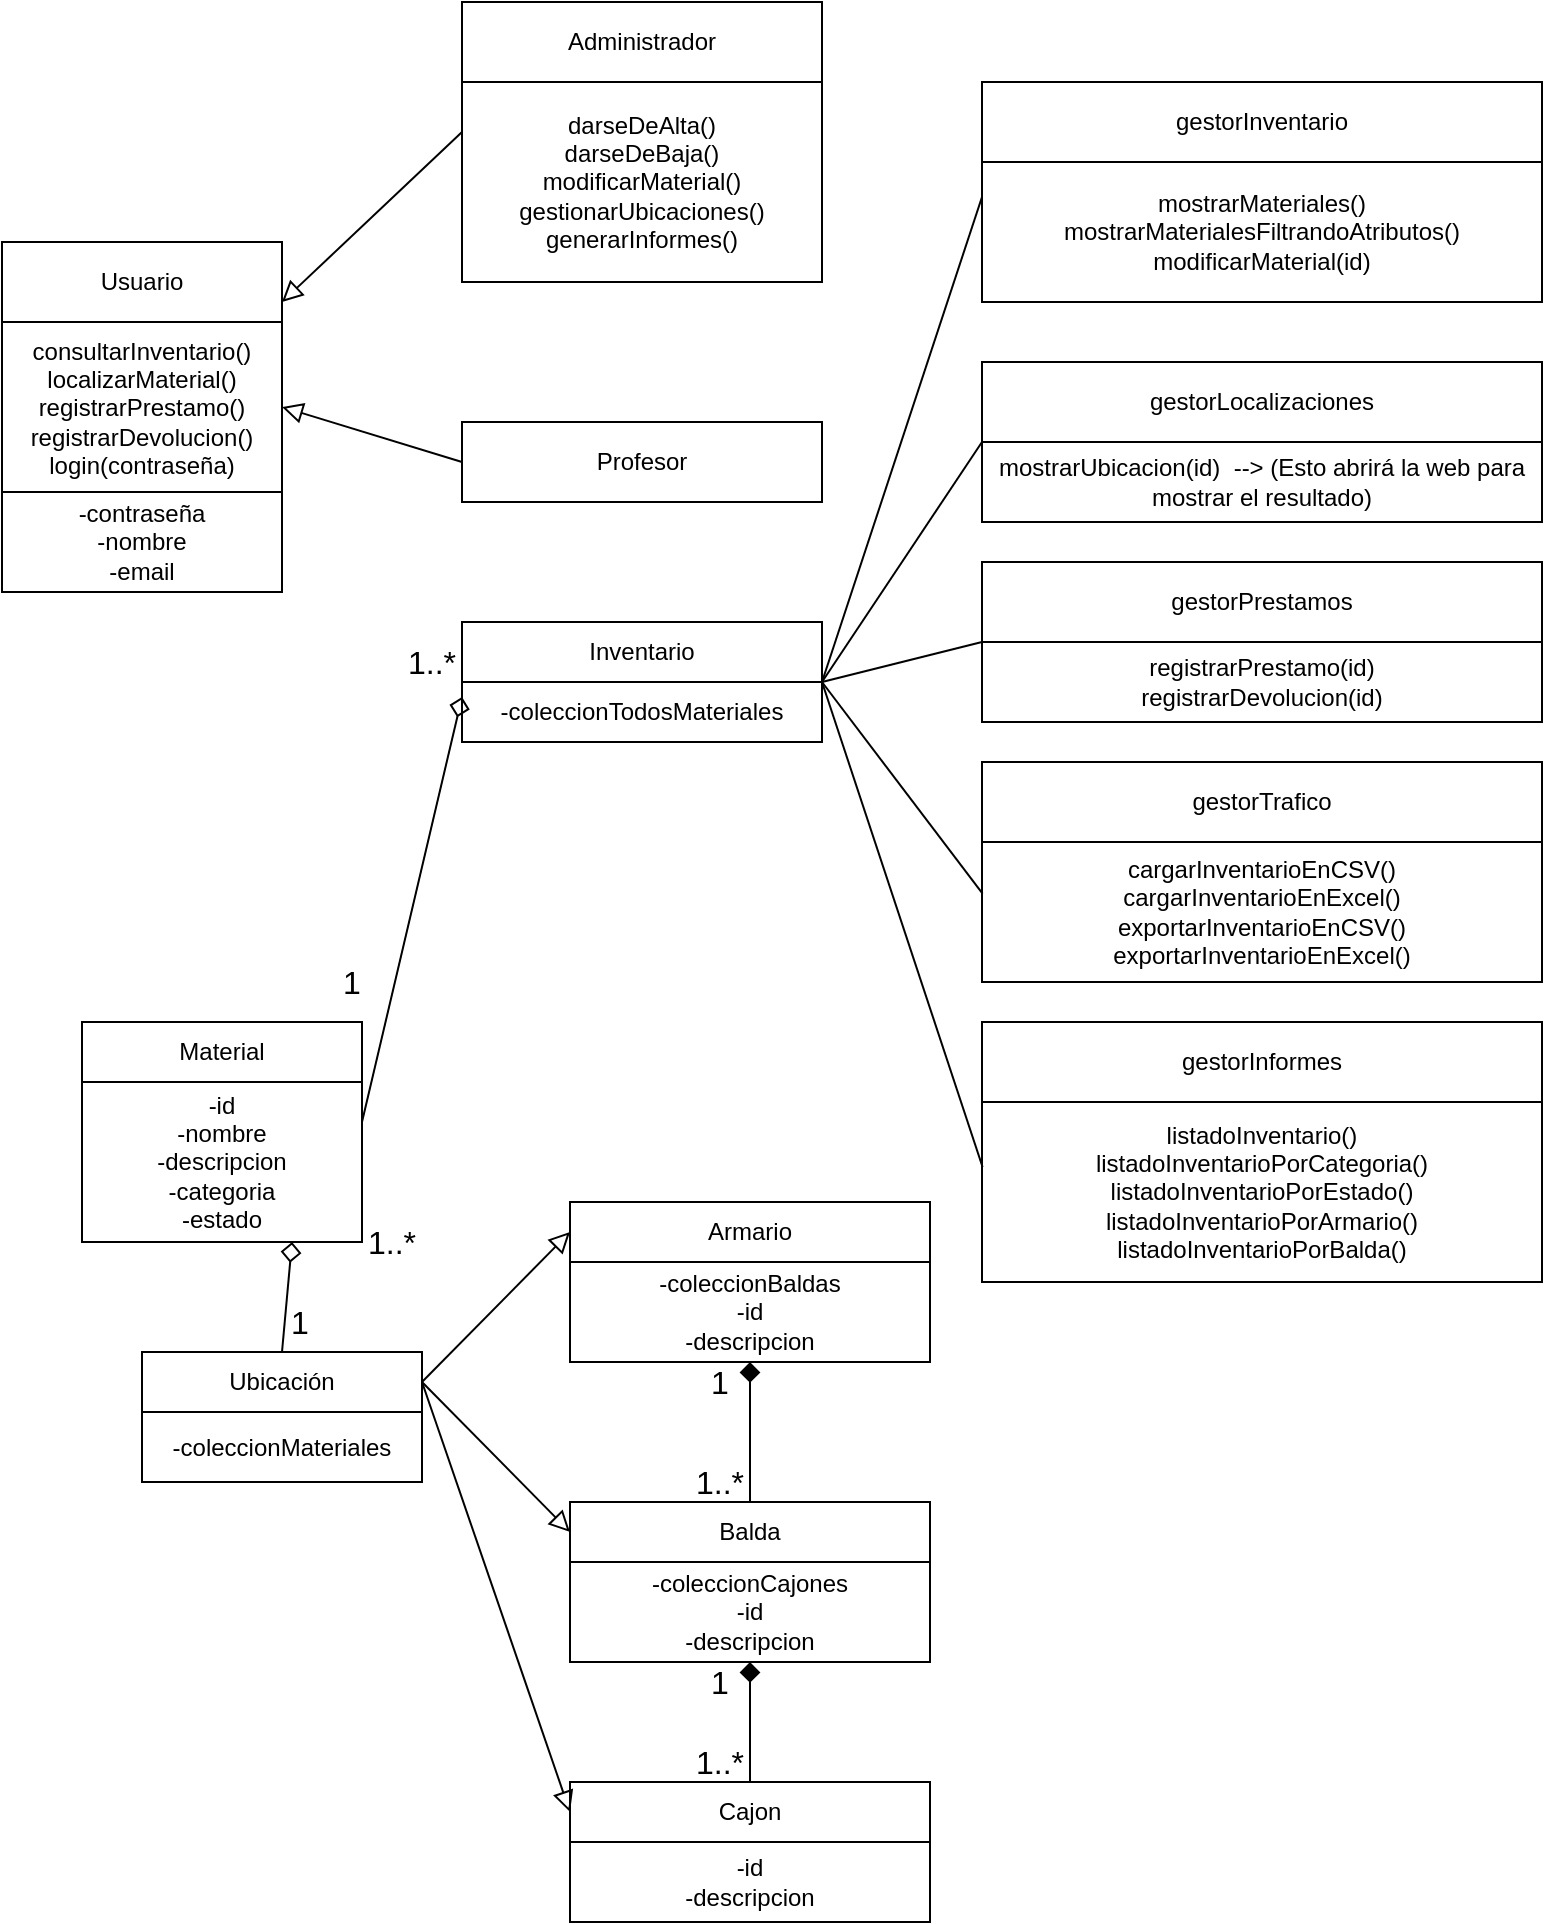
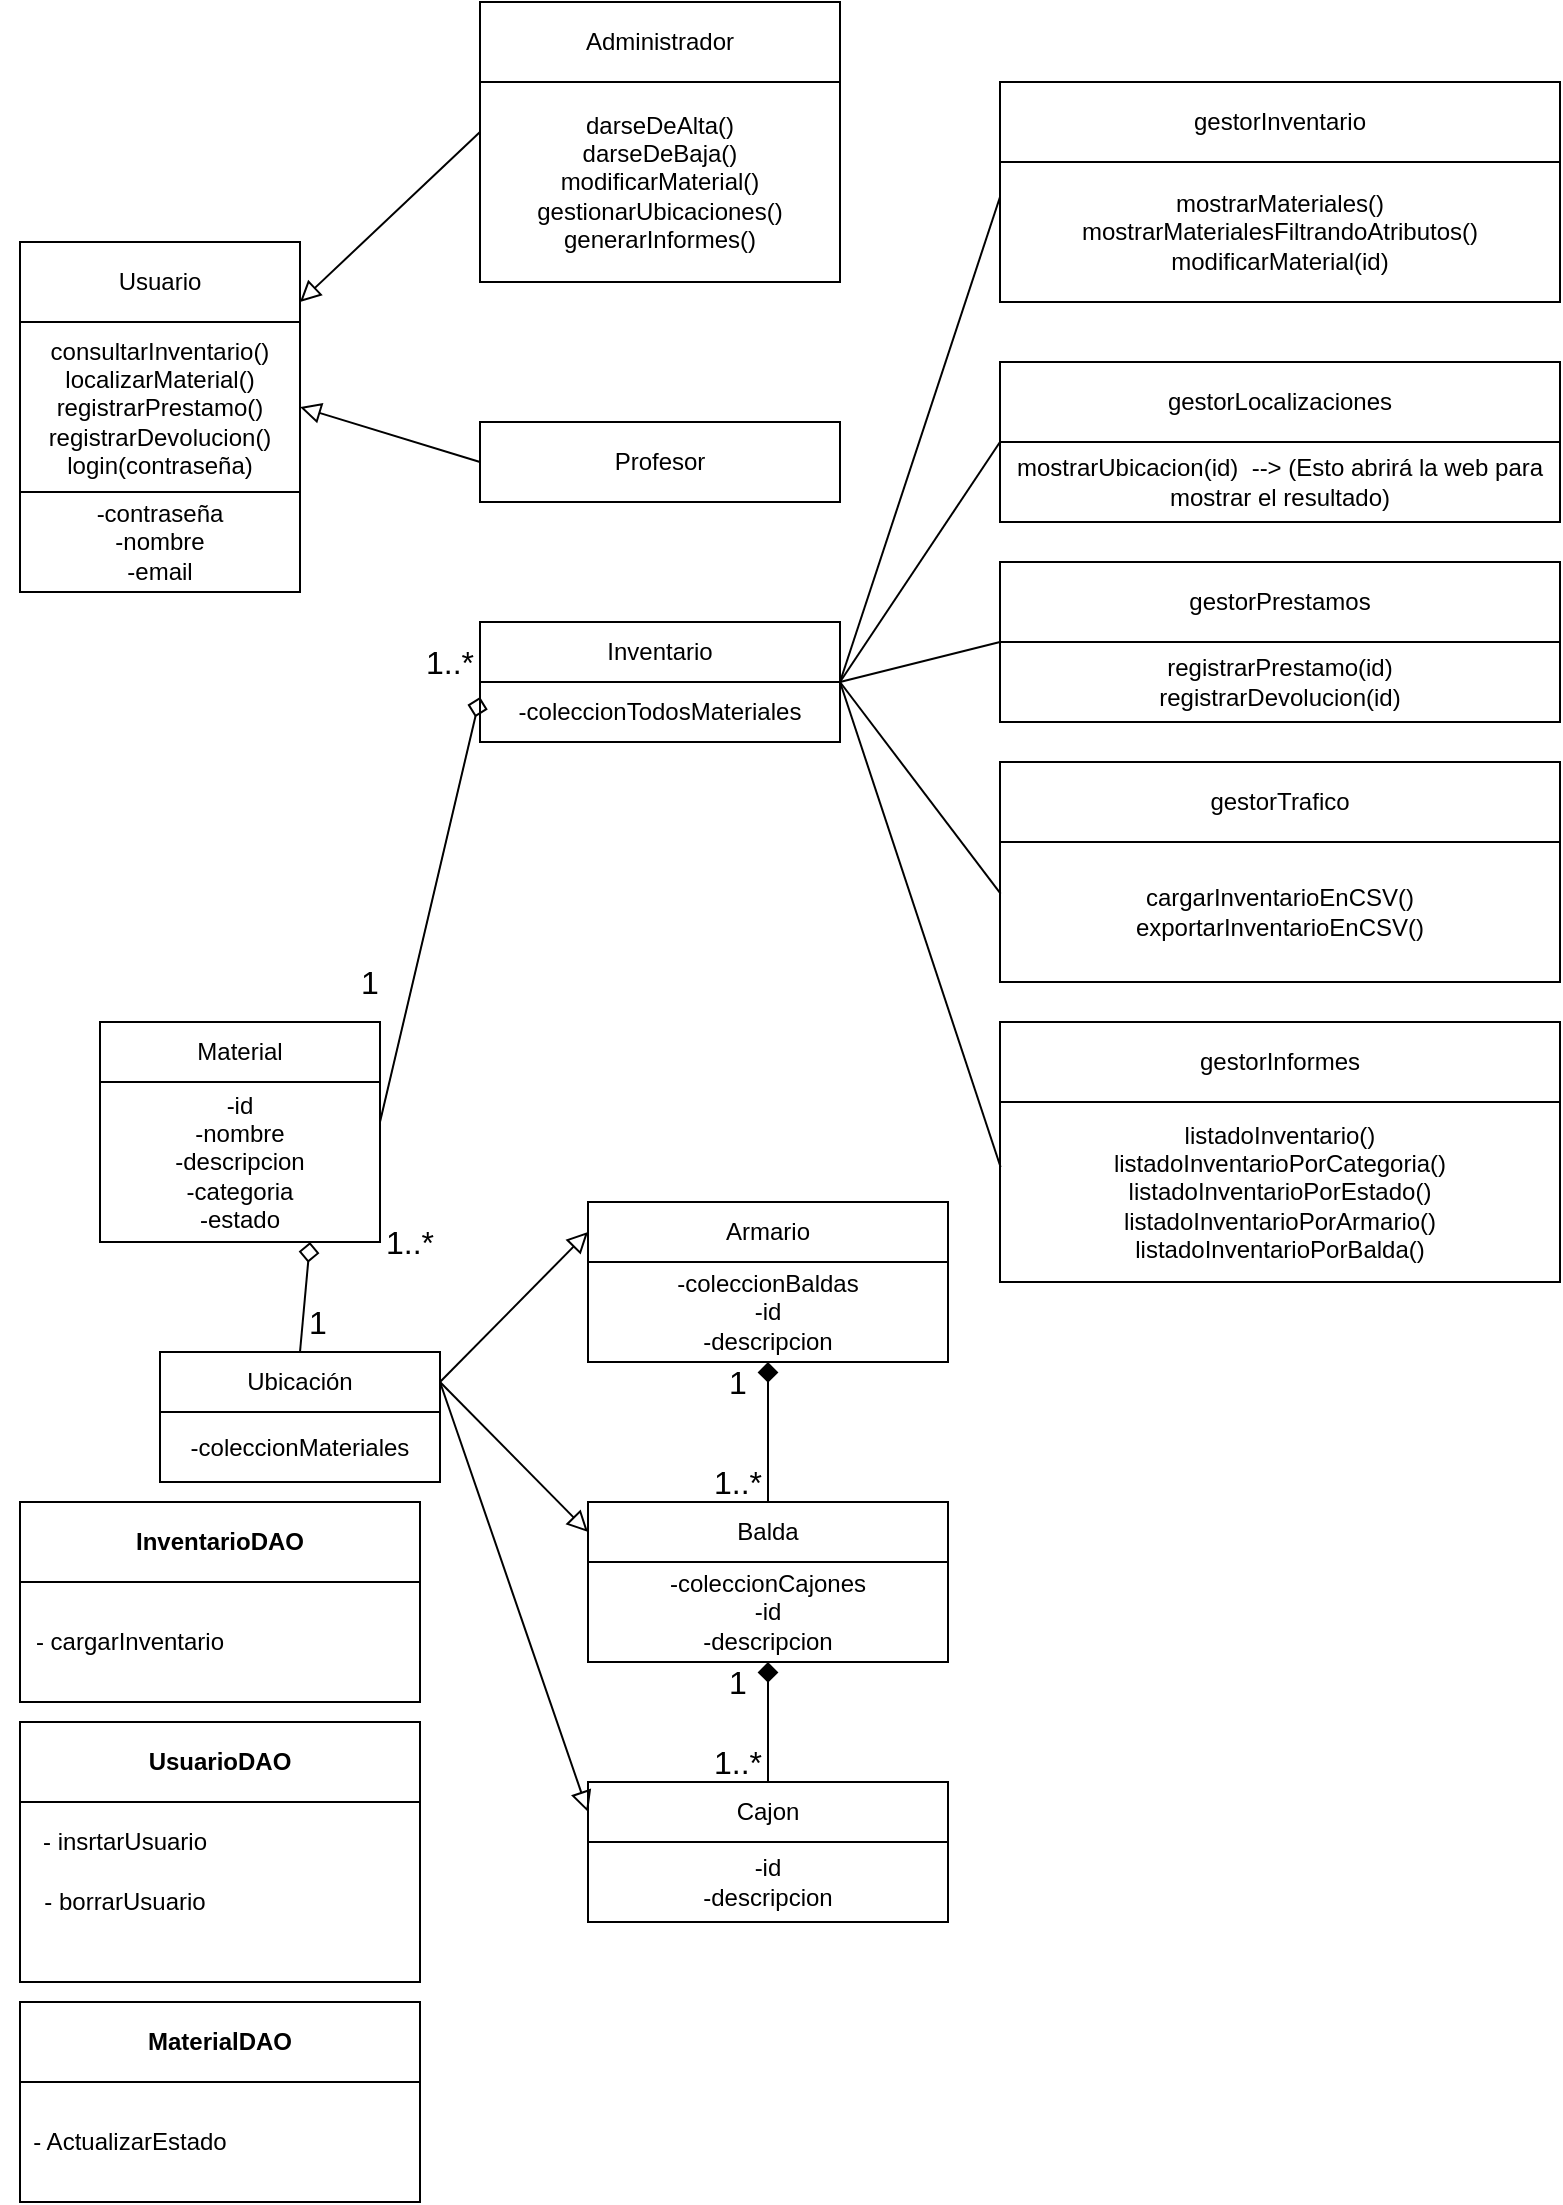
<mxfile host="Electron" agent="Mozilla/5.0 (Windows NT 10.0; Win64; x64) AppleWebKit/537.36 (KHTML, like Gecko) draw.io/27.0.9 Chrome/134.0.6998.205 Electron/35.4.0 Safari/537.36" version="27.0.9">
  <diagram name="Página-1" id="1lU-RFDTKatBkhOAw4EQ">
-     <mxGraphModel dx="690" dy="593" grid="1" gridSize="10" guides="1" tooltips="1" connect="1" arrows="1" fold="1" page="1" pageScale="1" pageWidth="827" pageHeight="1169" math="0" shadow="0">
+     <mxGraphModel dx="2037" dy="1201" grid="1" gridSize="10" guides="1" tooltips="1" connect="1" arrows="1" fold="1" page="1" pageScale="1" pageWidth="827" pageHeight="1169" math="0" shadow="0">
      <root>
        <mxCell id="0" />
        <mxCell id="1" parent="0" />
        <mxCell id="s6nMU6zNajGxAzw1n2ax-5" value="Usuario" style="whiteSpace=wrap;html=1;align=center;" parent="1" vertex="1">
          <mxGeometry x="20" y="130" width="140" height="40" as="geometry" />
        </mxCell>
        <mxCell id="s6nMU6zNajGxAzw1n2ax-6" value="Administrador" style="whiteSpace=wrap;html=1;align=center;" parent="1" vertex="1">
          <mxGeometry x="250" y="10" width="180" height="40" as="geometry" />
        </mxCell>
        <mxCell id="s6nMU6zNajGxAzw1n2ax-7" value="Profesor" style="whiteSpace=wrap;html=1;align=center;" parent="1" vertex="1">
          <mxGeometry x="250" y="220" width="180" height="40" as="geometry" />
        </mxCell>
        <mxCell id="JOS0TCFTe_RgCQphJ4m8-1" value="darseDeAlta()&lt;br&gt;darseDeBaja()&lt;br&gt;modificarMaterial()&lt;div&gt;gestionarUbicaciones()&lt;br&gt;generarInformes()&lt;/div&gt;" style="whiteSpace=wrap;html=1;align=center;" parent="1" vertex="1">
          <mxGeometry x="250" y="50" width="180" height="100" as="geometry" />
        </mxCell>
        <mxCell id="JOS0TCFTe_RgCQphJ4m8-4" value="Material" style="whiteSpace=wrap;html=1;align=center;" parent="1" vertex="1">
          <mxGeometry x="60" y="520" width="140" height="30" as="geometry" />
        </mxCell>
        <mxCell id="JOS0TCFTe_RgCQphJ4m8-5" value="-id&lt;br&gt;-nombre&lt;div&gt;-descripcion&lt;/div&gt;&lt;div&gt;-categoria&lt;/div&gt;&lt;div&gt;-estado&lt;/div&gt;" style="whiteSpace=wrap;html=1;align=center;" parent="1" vertex="1">
          <mxGeometry x="60" y="550" width="140" height="80" as="geometry" />
        </mxCell>
        <mxCell id="JOS0TCFTe_RgCQphJ4m8-6" value="Ubicación" style="whiteSpace=wrap;html=1;align=center;" parent="1" vertex="1">
          <mxGeometry x="90" y="685" width="140" height="30" as="geometry" />
        </mxCell>
        <mxCell id="JOS0TCFTe_RgCQphJ4m8-13" value="gestorInventario" style="whiteSpace=wrap;html=1;align=center;" parent="1" vertex="1">
          <mxGeometry x="510" y="50" width="280" height="40" as="geometry" />
        </mxCell>
        <mxCell id="JOS0TCFTe_RgCQphJ4m8-14" value="mostrarMateriales()&lt;br&gt;mostrarMaterialesFiltrandoAtributos()&lt;br&gt;modificarMaterial(id)" style="whiteSpace=wrap;html=1;align=center;" parent="1" vertex="1">
          <mxGeometry x="510" y="90" width="280" height="70" as="geometry" />
        </mxCell>
        <mxCell id="JOS0TCFTe_RgCQphJ4m8-16" value="gestorLocalizaciones" style="whiteSpace=wrap;html=1;align=center;" parent="1" vertex="1">
          <mxGeometry x="510" y="190" width="280" height="40" as="geometry" />
        </mxCell>
        <mxCell id="JOS0TCFTe_RgCQphJ4m8-17" value="mostrarUbicacion(id)&amp;nbsp; --&amp;gt; (Esto abrirá la web para mostrar el resultado)" style="whiteSpace=wrap;html=1;align=center;" parent="1" vertex="1">
          <mxGeometry x="510" y="230" width="280" height="40" as="geometry" />
        </mxCell>
        <mxCell id="JOS0TCFTe_RgCQphJ4m8-18" value="gestorPrestamos" style="whiteSpace=wrap;html=1;align=center;" parent="1" vertex="1">
          <mxGeometry x="510" y="290" width="280" height="40" as="geometry" />
        </mxCell>
        <mxCell id="JOS0TCFTe_RgCQphJ4m8-19" value="registrarPrestamo(id)&lt;div&gt;registrarDevolucion(id)&lt;/div&gt;" style="whiteSpace=wrap;html=1;align=center;" parent="1" vertex="1">
          <mxGeometry x="510" y="330" width="280" height="40" as="geometry" />
        </mxCell>
        <mxCell id="JOS0TCFTe_RgCQphJ4m8-21" value="gestorTrafico" style="whiteSpace=wrap;html=1;align=center;" parent="1" vertex="1">
          <mxGeometry x="510" y="390" width="280" height="40" as="geometry" />
        </mxCell>
-         <mxCell id="JOS0TCFTe_RgCQphJ4m8-22" value="cargarInventarioEnCSV()&lt;br&gt;cargarInventarioEnExcel()&lt;br&gt;exportarInventarioEnCSV()&lt;div&gt;exportarInventarioEnExcel()&lt;/div&gt;" style="whiteSpace=wrap;html=1;align=center;" parent="1" vertex="1">
+         <mxCell id="JOS0TCFTe_RgCQphJ4m8-22" value="cargarInventarioEnCSV()&lt;br&gt;exportarInventarioEnCSV()" style="whiteSpace=wrap;html=1;align=center;" parent="1" vertex="1">
          <mxGeometry x="510" y="430" width="280" height="70" as="geometry" />
        </mxCell>
        <mxCell id="JOS0TCFTe_RgCQphJ4m8-24" value="gestorInformes" style="whiteSpace=wrap;html=1;align=center;" parent="1" vertex="1">
          <mxGeometry x="510" y="520" width="280" height="40" as="geometry" />
        </mxCell>
        <mxCell id="JOS0TCFTe_RgCQphJ4m8-25" value="listadoInventario()&lt;div&gt;listadoInventarioPorCategoria()&lt;br&gt;listadoInventarioPorEstado()&lt;/div&gt;&lt;div&gt;listadoInventarioPorArmario()&lt;/div&gt;&lt;div&gt;listadoInventarioPorBalda()&lt;/div&gt;" style="whiteSpace=wrap;html=1;align=center;" parent="1" vertex="1">
          <mxGeometry x="510" y="560" width="280" height="90" as="geometry" />
        </mxCell>
        <mxCell id="JOS0TCFTe_RgCQphJ4m8-26" value="Armario" style="whiteSpace=wrap;html=1;align=center;" parent="1" vertex="1">
          <mxGeometry x="304" y="610" width="180" height="30" as="geometry" />
        </mxCell>
        <mxCell id="JOS0TCFTe_RgCQphJ4m8-28" value="Balda" style="whiteSpace=wrap;html=1;align=center;" parent="1" vertex="1">
          <mxGeometry x="304" y="760" width="180" height="30" as="geometry" />
        </mxCell>
        <mxCell id="JOS0TCFTe_RgCQphJ4m8-29" value="Cajon" style="whiteSpace=wrap;html=1;align=center;" parent="1" vertex="1">
          <mxGeometry x="304" y="900" width="180" height="30" as="geometry" />
        </mxCell>
        <mxCell id="JOS0TCFTe_RgCQphJ4m8-34" value="" style="endArrow=none;html=1;rounded=0;fontSize=12;startSize=8;endSize=8;curved=1;exitX=1;exitY=0.5;exitDx=0;exitDy=0;entryX=0;entryY=0.5;entryDx=0;entryDy=0;startArrow=block;startFill=0;" parent="1" source="JOS0TCFTe_RgCQphJ4m8-36" target="s6nMU6zNajGxAzw1n2ax-7" edge="1">
          <mxGeometry relative="1" as="geometry">
            <mxPoint x="280" y="312.4999999999999" as="sourcePoint" />
            <mxPoint x="330" y="400" as="targetPoint" />
          </mxGeometry>
        </mxCell>
        <mxCell id="JOS0TCFTe_RgCQphJ4m8-35" value="" style="endArrow=none;html=1;rounded=0;fontSize=12;startSize=8;endSize=8;curved=1;exitX=1;exitY=0.75;exitDx=0;exitDy=0;entryX=0;entryY=0.25;entryDx=0;entryDy=0;startArrow=block;startFill=0;" parent="1" source="s6nMU6zNajGxAzw1n2ax-5" target="JOS0TCFTe_RgCQphJ4m8-1" edge="1">
          <mxGeometry relative="1" as="geometry">
            <mxPoint x="120" y="250" as="sourcePoint" />
            <mxPoint x="170" y="338" as="targetPoint" />
          </mxGeometry>
        </mxCell>
        <mxCell id="JOS0TCFTe_RgCQphJ4m8-36" value="consultarInventario()&lt;div&gt;&lt;span style=&quot;background-color: transparent; color: light-dark(rgb(0, 0, 0), rgb(255, 255, 255));&quot;&gt;localizarMaterial()&lt;/span&gt;&lt;/div&gt;&lt;div&gt;&lt;span style=&quot;background-color: transparent; color: light-dark(rgb(0, 0, 0), rgb(255, 255, 255));&quot;&gt;registrarPrestamo()&lt;/span&gt;&lt;/div&gt;&lt;div&gt;&lt;span style=&quot;background-color: transparent; color: light-dark(rgb(0, 0, 0), rgb(255, 255, 255));&quot;&gt;registrarDevolucion()&lt;/span&gt;&lt;/div&gt;&lt;div&gt;&lt;span style=&quot;background-color: transparent; color: light-dark(rgb(0, 0, 0), rgb(255, 255, 255));&quot;&gt;login(contraseña)&lt;/span&gt;&lt;/div&gt;" style="whiteSpace=wrap;html=1;align=center;" parent="1" vertex="1">
          <mxGeometry x="20" y="170" width="140" height="85" as="geometry" />
        </mxCell>
        <mxCell id="JOS0TCFTe_RgCQphJ4m8-37" value="Inventario" style="whiteSpace=wrap;html=1;align=center;" parent="1" vertex="1">
          <mxGeometry x="250" y="320" width="180" height="30" as="geometry" />
        </mxCell>
        <mxCell id="JOS0TCFTe_RgCQphJ4m8-39" value="" style="endArrow=none;html=1;rounded=0;fontSize=12;startSize=8;endSize=8;curved=1;exitX=0;exitY=0.5;exitDx=0;exitDy=0;entryX=1;entryY=0.5;entryDx=0;entryDy=0;startArrow=block;startFill=0;" parent="1" source="JOS0TCFTe_RgCQphJ4m8-26" target="JOS0TCFTe_RgCQphJ4m8-6" edge="1">
          <mxGeometry relative="1" as="geometry">
            <mxPoint x="260" y="450" as="sourcePoint" />
            <mxPoint x="350" y="475" as="targetPoint" />
          </mxGeometry>
        </mxCell>
        <mxCell id="JOS0TCFTe_RgCQphJ4m8-40" value="" style="endArrow=none;html=1;rounded=0;fontSize=12;startSize=8;endSize=8;curved=1;exitX=0;exitY=0.5;exitDx=0;exitDy=0;entryX=1;entryY=0.5;entryDx=0;entryDy=0;startArrow=block;startFill=0;" parent="1" source="JOS0TCFTe_RgCQphJ4m8-28" target="JOS0TCFTe_RgCQphJ4m8-6" edge="1">
          <mxGeometry relative="1" as="geometry">
            <mxPoint x="355" y="690" as="sourcePoint" />
            <mxPoint x="280" y="690" as="targetPoint" />
          </mxGeometry>
        </mxCell>
        <mxCell id="JOS0TCFTe_RgCQphJ4m8-41" value="" style="endArrow=none;html=1;rounded=0;fontSize=12;startSize=8;endSize=8;curved=1;entryX=1;entryY=0.5;entryDx=0;entryDy=0;startArrow=block;startFill=0;exitX=0;exitY=0.5;exitDx=0;exitDy=0;" parent="1" source="JOS0TCFTe_RgCQphJ4m8-29" target="JOS0TCFTe_RgCQphJ4m8-6" edge="1">
          <mxGeometry relative="1" as="geometry">
            <mxPoint x="280" y="745" as="sourcePoint" />
            <mxPoint x="260" y="690" as="targetPoint" />
          </mxGeometry>
        </mxCell>
        <mxCell id="JOS0TCFTe_RgCQphJ4m8-42" value="" style="endArrow=none;html=1;rounded=0;fontSize=12;startSize=8;endSize=8;curved=1;entryX=0.5;entryY=0;entryDx=0;entryDy=0;startArrow=diamond;startFill=1;exitX=0.5;exitY=1;exitDx=0;exitDy=0;" parent="1" source="JOS0TCFTe_RgCQphJ4m8-65" target="JOS0TCFTe_RgCQphJ4m8-28" edge="1">
          <mxGeometry relative="1" as="geometry">
            <mxPoint x="414" y="680" as="sourcePoint" />
            <mxPoint x="439" y="700" as="targetPoint" />
          </mxGeometry>
        </mxCell>
        <mxCell id="JOS0TCFTe_RgCQphJ4m8-43" value="" style="endArrow=none;html=1;rounded=0;fontSize=12;startSize=8;endSize=8;curved=1;entryX=0.5;entryY=0;entryDx=0;entryDy=0;startArrow=diamond;startFill=1;exitX=0.5;exitY=1;exitDx=0;exitDy=0;" parent="1" source="JOS0TCFTe_RgCQphJ4m8-67" target="JOS0TCFTe_RgCQphJ4m8-29" edge="1">
          <mxGeometry relative="1" as="geometry">
            <mxPoint x="394" y="855" as="sourcePoint" />
            <mxPoint x="414" y="850" as="targetPoint" />
          </mxGeometry>
        </mxCell>
        <mxCell id="JOS0TCFTe_RgCQphJ4m8-44" value="1..*" style="text;html=1;whiteSpace=wrap;strokeColor=none;fillColor=none;align=center;verticalAlign=middle;rounded=0;fontSize=16;" parent="1" vertex="1">
          <mxGeometry x="364" y="740" width="30" height="20" as="geometry" />
        </mxCell>
        <mxCell id="JOS0TCFTe_RgCQphJ4m8-45" value="1" style="text;html=1;whiteSpace=wrap;strokeColor=none;fillColor=none;align=center;verticalAlign=middle;rounded=0;fontSize=16;" parent="1" vertex="1">
          <mxGeometry x="364" y="690" width="30" height="20" as="geometry" />
        </mxCell>
        <mxCell id="JOS0TCFTe_RgCQphJ4m8-46" value="1" style="text;html=1;whiteSpace=wrap;strokeColor=none;fillColor=none;align=center;verticalAlign=middle;rounded=0;fontSize=16;" parent="1" vertex="1">
          <mxGeometry x="364" y="840" width="30" height="20" as="geometry" />
        </mxCell>
        <mxCell id="JOS0TCFTe_RgCQphJ4m8-48" value="" style="endArrow=diamond;html=1;rounded=0;fontSize=12;startSize=8;endSize=8;curved=1;exitX=0.5;exitY=0;exitDx=0;exitDy=0;entryX=0.75;entryY=1;entryDx=0;entryDy=0;startArrow=none;startFill=0;endFill=0;" parent="1" source="JOS0TCFTe_RgCQphJ4m8-6" target="JOS0TCFTe_RgCQphJ4m8-5" edge="1">
          <mxGeometry relative="1" as="geometry">
            <mxPoint x="190" y="430" as="sourcePoint" />
            <mxPoint x="130" y="430" as="targetPoint" />
          </mxGeometry>
        </mxCell>
        <mxCell id="JOS0TCFTe_RgCQphJ4m8-49" value="1" style="text;html=1;whiteSpace=wrap;strokeColor=none;fillColor=none;align=center;verticalAlign=middle;rounded=0;fontSize=16;" parent="1" vertex="1">
          <mxGeometry x="154" y="660" width="30" height="20" as="geometry" />
        </mxCell>
        <mxCell id="JOS0TCFTe_RgCQphJ4m8-50" value="1..*" style="text;html=1;whiteSpace=wrap;strokeColor=none;fillColor=none;align=center;verticalAlign=middle;rounded=0;fontSize=16;" parent="1" vertex="1">
          <mxGeometry x="200" y="620" width="30" height="20" as="geometry" />
        </mxCell>
        <mxCell id="JOS0TCFTe_RgCQphJ4m8-56" style="edgeStyle=none;curved=1;rounded=0;orthogonalLoop=1;jettySize=auto;html=1;exitX=1;exitY=0;exitDx=0;exitDy=0;entryX=0;entryY=0.25;entryDx=0;entryDy=0;fontSize=12;startSize=8;endSize=8;endArrow=none;endFill=0;" parent="1" source="JOS0TCFTe_RgCQphJ4m8-51" target="JOS0TCFTe_RgCQphJ4m8-14" edge="1">
          <mxGeometry relative="1" as="geometry" />
        </mxCell>
        <mxCell id="JOS0TCFTe_RgCQphJ4m8-57" style="edgeStyle=none;curved=1;rounded=0;orthogonalLoop=1;jettySize=auto;html=1;exitX=1;exitY=0;exitDx=0;exitDy=0;entryX=0;entryY=0;entryDx=0;entryDy=0;fontSize=12;startSize=8;endSize=8;endArrow=none;endFill=0;" parent="1" source="JOS0TCFTe_RgCQphJ4m8-51" target="JOS0TCFTe_RgCQphJ4m8-17" edge="1">
          <mxGeometry relative="1" as="geometry" />
        </mxCell>
        <mxCell id="JOS0TCFTe_RgCQphJ4m8-58" style="edgeStyle=none;curved=1;rounded=0;orthogonalLoop=1;jettySize=auto;html=1;exitX=1;exitY=0;exitDx=0;exitDy=0;entryX=0;entryY=0;entryDx=0;entryDy=0;fontSize=12;startSize=8;endSize=8;endArrow=none;endFill=0;" parent="1" source="JOS0TCFTe_RgCQphJ4m8-51" target="JOS0TCFTe_RgCQphJ4m8-19" edge="1">
          <mxGeometry relative="1" as="geometry" />
        </mxCell>
        <mxCell id="JOS0TCFTe_RgCQphJ4m8-51" value="-coleccionTodosMateriales" style="whiteSpace=wrap;html=1;align=center;" parent="1" vertex="1">
          <mxGeometry x="250" y="350" width="180" height="30" as="geometry" />
        </mxCell>
        <mxCell id="JOS0TCFTe_RgCQphJ4m8-52" value="" style="endArrow=diamond;html=1;rounded=0;fontSize=12;startSize=8;endSize=8;curved=1;exitX=1;exitY=0.25;exitDx=0;exitDy=0;entryX=0;entryY=0.25;entryDx=0;entryDy=0;startArrow=none;startFill=0;endFill=0;" parent="1" source="JOS0TCFTe_RgCQphJ4m8-5" target="JOS0TCFTe_RgCQphJ4m8-51" edge="1">
          <mxGeometry relative="1" as="geometry">
            <mxPoint x="160" y="430" as="sourcePoint" />
            <mxPoint x="160" y="360" as="targetPoint" />
          </mxGeometry>
        </mxCell>
        <mxCell id="JOS0TCFTe_RgCQphJ4m8-53" value="1..*" style="text;html=1;whiteSpace=wrap;strokeColor=none;fillColor=none;align=center;verticalAlign=middle;rounded=0;fontSize=16;" parent="1" vertex="1">
          <mxGeometry x="220" y="330" width="30" height="20" as="geometry" />
        </mxCell>
        <mxCell id="JOS0TCFTe_RgCQphJ4m8-54" value="1" style="text;html=1;whiteSpace=wrap;strokeColor=none;fillColor=none;align=center;verticalAlign=middle;rounded=0;fontSize=16;" parent="1" vertex="1">
          <mxGeometry x="180" y="490" width="30" height="20" as="geometry" />
        </mxCell>
        <mxCell id="JOS0TCFTe_RgCQphJ4m8-59" style="edgeStyle=none;curved=1;rounded=0;orthogonalLoop=1;jettySize=auto;html=1;exitX=1;exitY=0;exitDx=0;exitDy=0;entryX=0.001;entryY=0.369;entryDx=0;entryDy=0;entryPerimeter=0;fontSize=12;startSize=8;endSize=8;endArrow=none;endFill=0;" parent="1" source="JOS0TCFTe_RgCQphJ4m8-51" target="JOS0TCFTe_RgCQphJ4m8-22" edge="1">
          <mxGeometry relative="1" as="geometry" />
        </mxCell>
        <mxCell id="JOS0TCFTe_RgCQphJ4m8-60" style="edgeStyle=none;curved=1;rounded=0;orthogonalLoop=1;jettySize=auto;html=1;exitX=1;exitY=1;exitDx=0;exitDy=0;entryX=0.001;entryY=0.361;entryDx=0;entryDy=0;entryPerimeter=0;fontSize=12;startSize=8;endSize=8;endArrow=none;endFill=0;" parent="1" source="JOS0TCFTe_RgCQphJ4m8-37" target="JOS0TCFTe_RgCQphJ4m8-25" edge="1">
          <mxGeometry relative="1" as="geometry" />
        </mxCell>
        <mxCell id="JOS0TCFTe_RgCQphJ4m8-63" value="1..*" style="text;html=1;whiteSpace=wrap;strokeColor=none;fillColor=none;align=center;verticalAlign=middle;rounded=0;fontSize=16;" parent="1" vertex="1">
          <mxGeometry x="364" y="880" width="30" height="20" as="geometry" />
        </mxCell>
        <mxCell id="JOS0TCFTe_RgCQphJ4m8-65" value="-coleccionBaldas&lt;div&gt;-id&lt;/div&gt;&lt;div&gt;-descripcion&lt;/div&gt;" style="whiteSpace=wrap;html=1;align=center;" parent="1" vertex="1">
          <mxGeometry x="304" y="640" width="180" height="50" as="geometry" />
        </mxCell>
        <mxCell id="JOS0TCFTe_RgCQphJ4m8-67" value="-coleccionCajones&lt;div&gt;&lt;div&gt;-id&lt;/div&gt;&lt;div&gt;-descripcion&lt;/div&gt;&lt;/div&gt;" style="whiteSpace=wrap;html=1;align=center;" parent="1" vertex="1">
          <mxGeometry x="304" y="790" width="180" height="50" as="geometry" />
        </mxCell>
        <mxCell id="JOS0TCFTe_RgCQphJ4m8-68" value="-coleccionMateriales" style="whiteSpace=wrap;html=1;align=center;" parent="1" vertex="1">
          <mxGeometry x="90" y="715" width="140" height="35" as="geometry" />
        </mxCell>
        <mxCell id="UZZZp4ydIAHNDwoeM-YJ-5" value="&lt;div&gt;&lt;div&gt;-id&lt;/div&gt;&lt;div&gt;-descripcion&lt;/div&gt;&lt;/div&gt;" style="whiteSpace=wrap;html=1;align=center;" parent="1" vertex="1">
          <mxGeometry x="304" y="930" width="180" height="40" as="geometry" />
        </mxCell>
        <mxCell id="UZZZp4ydIAHNDwoeM-YJ-8" value="-contraseña&lt;div&gt;-nombre&lt;/div&gt;&lt;div&gt;-email&lt;/div&gt;" style="whiteSpace=wrap;html=1;align=center;" parent="1" vertex="1">
          <mxGeometry x="20" y="255" width="140" height="50" as="geometry" />
        </mxCell>
+         <mxCell id="SGbOGHn-1wi2fME_xfk--1" value="UsuarioDAO" style="swimlane;whiteSpace=wrap;html=1;startSize=40;" vertex="1" parent="1">
+           <mxGeometry x="20" y="870" width="200" height="130" as="geometry" />
+         </mxCell>
+         <UserObject label="- insrtarUsuario" placeholders="1" name="Variable" id="SGbOGHn-1wi2fME_xfk--11">
+           <mxCell style="text;html=1;strokeColor=none;fillColor=none;align=center;verticalAlign=middle;whiteSpace=wrap;overflow=hidden;" vertex="1" parent="SGbOGHn-1wi2fME_xfk--1">
+             <mxGeometry y="50" width="105" height="20" as="geometry" />
+           </mxCell>
+         </UserObject>
+         <UserObject label="- borrarUsuario" placeholders="1" name="Variable" id="SGbOGHn-1wi2fME_xfk--12">
+           <mxCell style="text;html=1;strokeColor=none;fillColor=none;align=center;verticalAlign=middle;whiteSpace=wrap;overflow=hidden;" vertex="1" parent="SGbOGHn-1wi2fME_xfk--1">
+             <mxGeometry y="80" width="105" height="20" as="geometry" />
+           </mxCell>
+         </UserObject>
+         <mxCell id="SGbOGHn-1wi2fME_xfk--2" value="InventarioDAO" style="swimlane;whiteSpace=wrap;html=1;startSize=40;" vertex="1" parent="1">
+           <mxGeometry x="20" y="760" width="200" height="100" as="geometry" />
+         </mxCell>
+         <UserObject label="- cargarInventario" placeholders="1" name="Variable" id="SGbOGHn-1wi2fME_xfk--9">
+           <mxCell style="text;html=1;strokeColor=none;fillColor=none;align=center;verticalAlign=middle;whiteSpace=wrap;overflow=hidden;" vertex="1" parent="SGbOGHn-1wi2fME_xfk--2">
+             <mxGeometry x="-10" y="60" width="130" height="20" as="geometry" />
+           </mxCell>
+         </UserObject>
+         <mxCell id="SGbOGHn-1wi2fME_xfk--3" value="MaterialDAO" style="swimlane;whiteSpace=wrap;html=1;startSize=40;" vertex="1" parent="1">
+           <mxGeometry x="20" y="1010" width="200" height="100" as="geometry" />
+         </mxCell>
+         <UserObject label="- ActualizarEstado" placeholders="1" name="Variable" id="SGbOGHn-1wi2fME_xfk--4">
+           <mxCell style="text;html=1;strokeColor=none;fillColor=none;align=center;verticalAlign=middle;whiteSpace=wrap;overflow=hidden;" vertex="1" parent="SGbOGHn-1wi2fME_xfk--3">
+             <mxGeometry x="5" y="60" width="100" height="20" as="geometry" />
+           </mxCell>
+         </UserObject>
      </root>
    </mxGraphModel>
  </diagram>
</mxfile>
